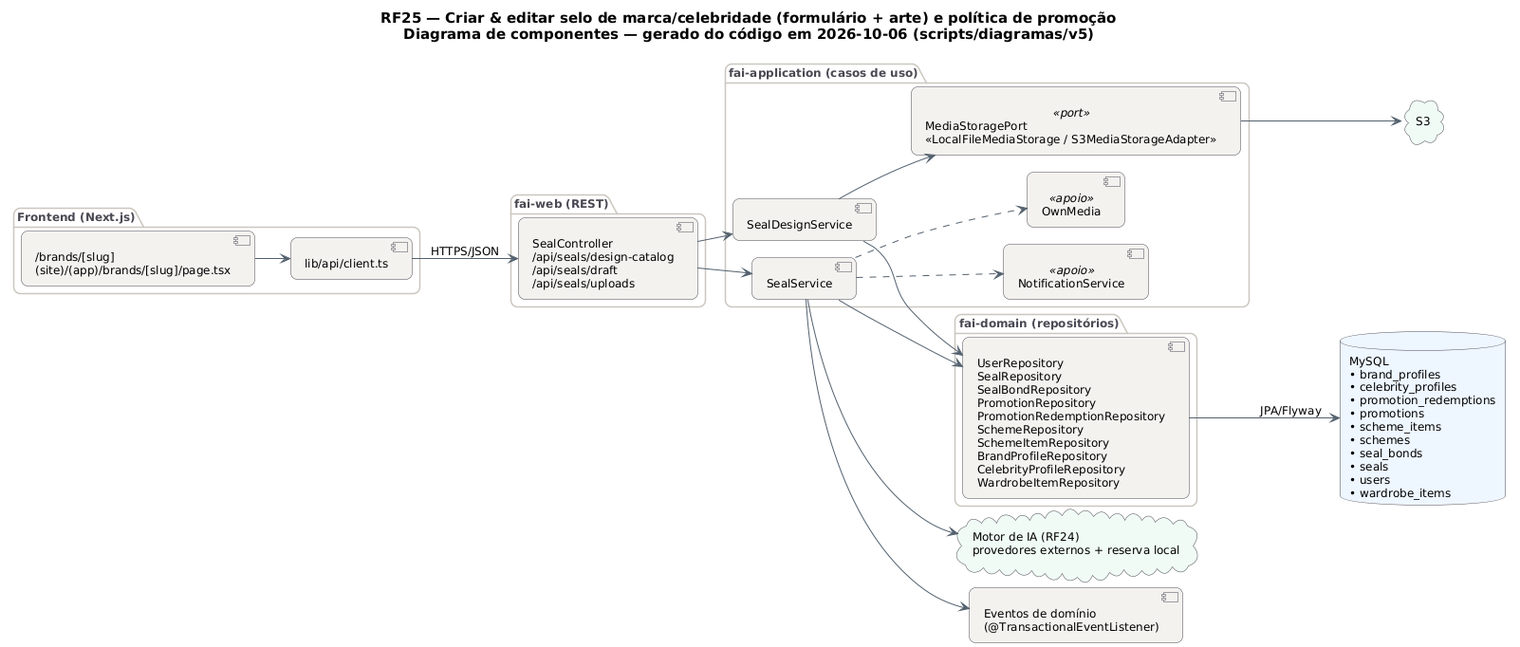
The PlantUML diagram docs/diagramas/RF25/RF25_Componentes.png in MatheusHaliski/tcc-2026-fashion-ai-backend, before a commit.
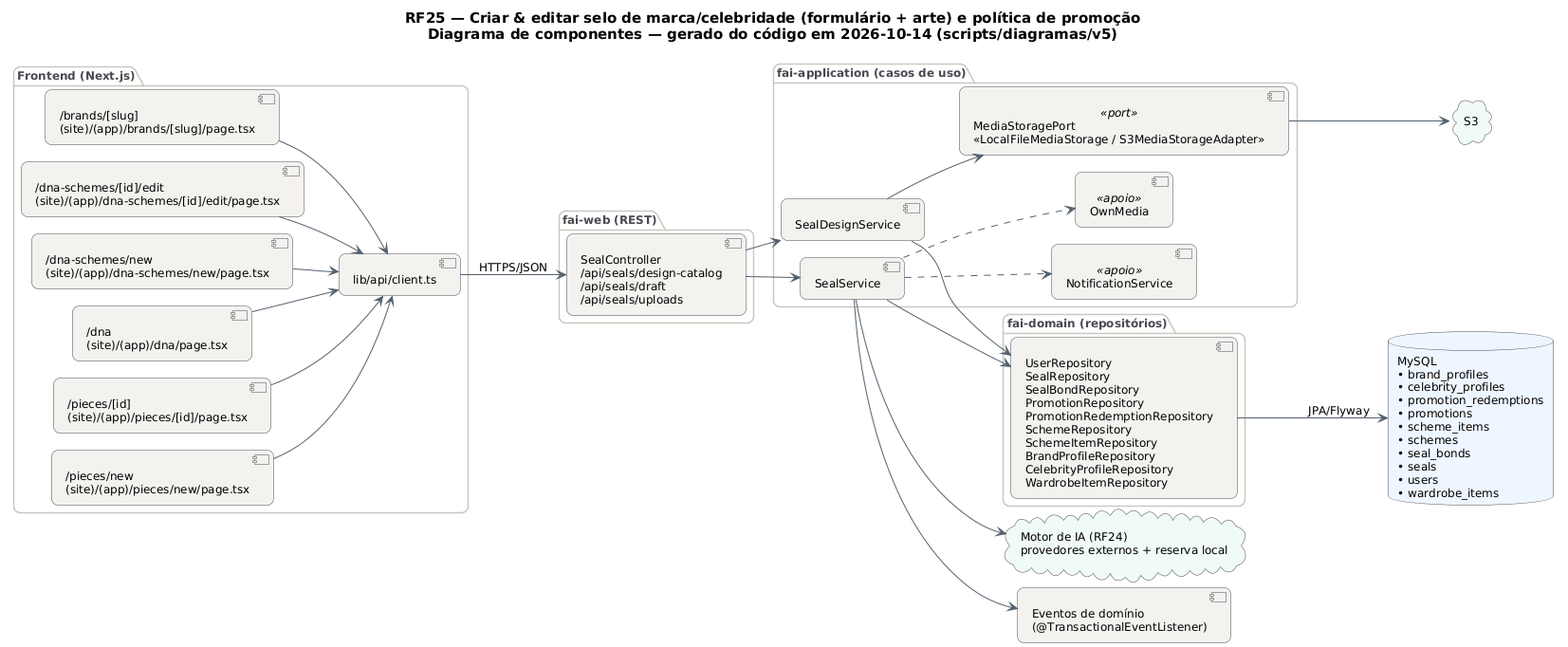
After the change.

Diff of the diagram source:
```diff
@@ -29,10 +29,15 @@
   BorderColor #4A4852
 }
 left to right direction
-title RF25 — Criar & editar selo de marca/celebridade (formulário + arte) e política de promoção\nDiagrama de componentes — gerado do código em 2026-10-06 (scripts/diagramas/v5)
+title RF25 — Criar & editar selo de marca/celebridade (formulário + arte) e política de promoção\nDiagrama de componentes — gerado do código em 2026-10-14 (scripts/diagramas/v5)
 
 package "Frontend (Next.js)" {
   component "/brands/[slug]\n(site)/(app)/brands/[slug]/page.tsx" as FE0
+  component "/dna-schemes/[id]/edit\n(site)/(app)/dna-schemes/[id]/edit/page.tsx" as FE1
+  component "/dna-schemes/new\n(site)/(app)/dna-schemes/new/page.tsx" as FE2
+  component "/dna\n(site)/(app)/dna/page.tsx" as FE3
+  component "/pieces/[id]\n(site)/(app)/pieces/[id]/page.tsx" as FE4
+  component "/pieces/new\n(site)/(app)/pieces/new/page.tsx" as FE5
   component "lib/api/client.ts" as APIC
 }
 package "fai-web (REST)" {
@@ -54,6 +59,11 @@
 cloud "S3" as CL_S3
 APIC --> SealController : HTTPS/JSON
 FE0 --> APIC
+FE1 --> APIC
+FE2 --> APIC
+FE3 --> APIC
+FE4 --> APIC
+FE5 --> APIC
 MediaStoragePort --> CL_S3
 REPO_MySQL --> DB_MySQL : JPA/Flyway
 SealController --> SealDesignService
```
